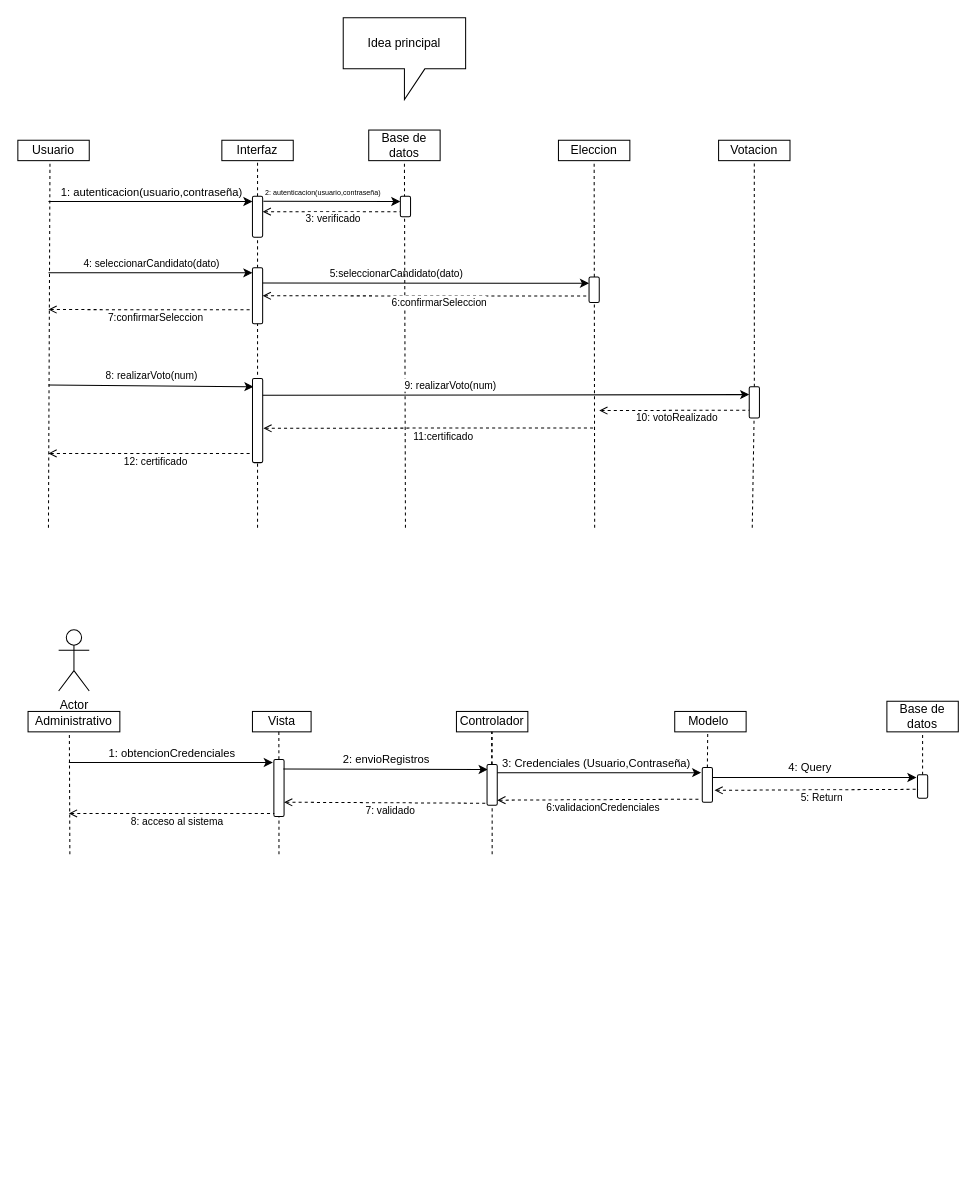
Before: DiagraSecue.drawio in Andres-Nicolas/Diagramas, a draw.io diagram. Source tidied: cells renumbered, new cells numbered last; positions are measured from the earlier drawing's top-left corner, leaving out a move shared by most shapes. Both pictures are drawn from the tidied source at 102%, with x=0, y=0 at pixel (17, 17).
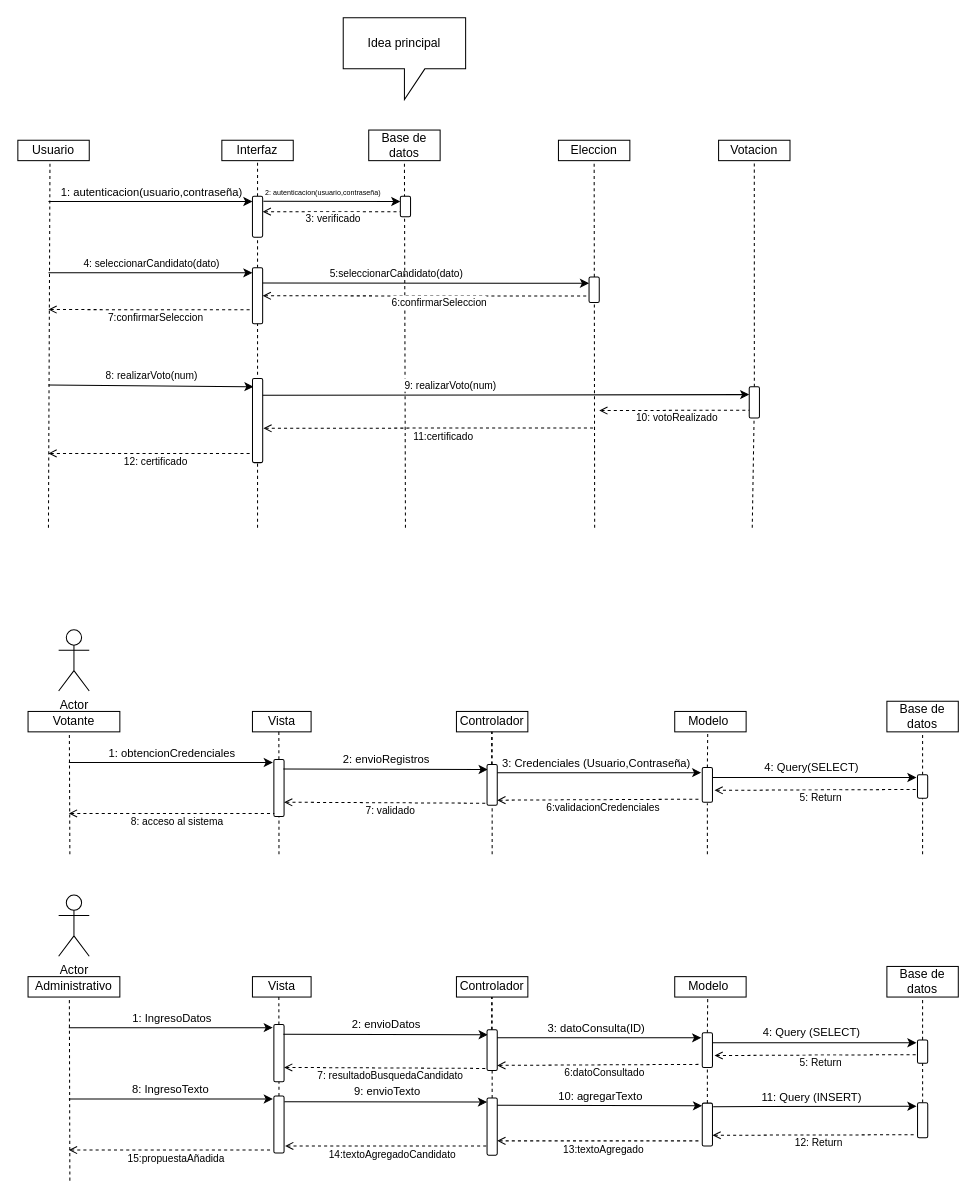
After the change.

The change refers to these unchanged cells:
```xml
<mxCell id="70" style="rounded=1;whiteSpace=wrap;html=1;rotation=90;" parent="1" vertex="1">
  <mxGeometry x="659" y="747" width="34" height="10" as="geometry" />
</mxCell>
<mxCell id="71" style="endArrow=classic;html=1;rounded=0;" parent="1" edge="1">
  <mxGeometry relative="1" as="geometry">
    <mxPoint x="681" y="744.8" as="sourcePoint" />
    <mxPoint x="881" y="744.8" as="targetPoint" />
  </mxGeometry>
</mxCell>
<mxCell id="73" style="rounded=1;whiteSpace=wrap;html=1;rotation=90;" parent="1" vertex="1">
  <mxGeometry x="875.5" y="748.5" width="23" height="10" as="geometry" />
</mxCell>
```

Diff of the diagram source:
```diff
@@
-    <mxCell id="46" value="Administrativo" style="rounded=0;whiteSpace=wrap;html=1;" parent="1" vertex="1">
+    <mxCell id="46" value="Votante" style="rounded=0;whiteSpace=wrap;html=1;" parent="1" vertex="1">
       <mxGeometry x="10" y="680" width="90" height="20" as="geometry" />
     </mxCell>
@@
-    <mxCell id="72" value="4: Query&amp;nbsp;" style="edgeLabel;html=1;align=center;verticalAlign=middle;" parent="71" vertex="1">
+    <mxCell id="72" value="4: Query(SELECT)" style="edgeLabel;html=1;align=center;verticalAlign=middle;" parent="71" vertex="1">
       <mxGeometry x="-0.4" y="1" relative="1" as="geometry">
         <mxPoint x="36" y="-9" as="offset" />
       </mxGeometry>
     </mxCell>
@@
-    <mxCell id="74" style="endArrow=none;dashed=1;html=1;rounded=0;startArrow=open;startFill=0;entryX=0.623;entryY=0.867;entryDx=0;entryDy=0;entryPerimeter=0;exitX=0.657;exitY=-0.2;exitDx=0;exitDy=0;exitPerimeter=0;" parent="1" edge="1" source="70" target="73">
+    <mxCell id="74" style="endArrow=none;dashed=1;html=1;rounded=0;startArrow=open;startFill=0;entryX=0.63;entryY=1.012;entryDx=0;entryDy=0;entryPerimeter=0;exitX=0.657;exitY=-0.2;exitDx=0;exitDy=0;exitPerimeter=0;" parent="1" edge="1" source="70" target="73">
       <mxGeometry relative="1" as="geometry" />
     </mxCell>
@@
+    <mxCell id="80" style="endArrow=none;dashed=1;html=1;rounded=0;startSize=6;" parent="1" edge="1">
+      <mxGeometry relative="1" as="geometry">
+        <mxPoint x="676" y="820" as="sourcePoint" />
+        <mxPoint x="676" y="770" as="targetPoint" />
+      </mxGeometry>
+    </mxCell>
+    <mxCell id="81" style="endArrow=none;dashed=1;html=1;rounded=0;startSize=6;entryX=1;entryY=0.5;entryDx=0;entryDy=0;" parent="1" edge="1" target="73">
+      <mxGeometry relative="1" as="geometry">
+        <mxPoint x="887" y="820" as="sourcePoint" />
+      </mxGeometry>
+    </mxCell>
+    <mxCell id="82" value="Administrativo" style="rounded=0;whiteSpace=wrap;html=1;" parent="1" vertex="1">
+      <mxGeometry x="10" y="940" width="90" height="20" as="geometry" />
+    </mxCell>
+    <mxCell id="83" style="endArrow=none;dashed=1;html=1;rounded=0;entryX=0.45;entryY=1;entryDx=0;entryDy=0;entryPerimeter=0;" parent="1" edge="1" target="82">
+      <mxGeometry relative="1" as="geometry">
+        <mxPoint x="51" y="1140" as="sourcePoint" />
+      </mxGeometry>
+    </mxCell>
+    <mxCell id="84" value="Actor" style="shape=umlActor;verticalLabelPosition=bottom;verticalAlign=top;html=1;" parent="1" vertex="1">
+      <mxGeometry x="40" y="860" width="30" height="60" as="geometry" />
+    </mxCell>
+    <mxCell id="85" value="Vista" style="rounded=0;whiteSpace=wrap;html=1;" parent="1" vertex="1">
+      <mxGeometry x="230" y="940" width="57.5" height="20" as="geometry" />
+    </mxCell>
+    <mxCell id="86" style="endArrow=none;dashed=1;html=1;rounded=0;entryX=0.45;entryY=1;entryDx=0;entryDy=0;entryPerimeter=0;" parent="1" edge="1" source="90" target="85">
+      <mxGeometry relative="1" as="geometry" />
+    </mxCell>
+    <mxCell id="87" style="endArrow=classic;html=1;rounded=0;" parent="1" edge="1">
+      <mxGeometry relative="1" as="geometry">
+        <mxPoint x="50" y="990" as="sourcePoint" />
+        <mxPoint x="250" y="990" as="targetPoint" />
+      </mxGeometry>
+    </mxCell>
+    <mxCell id="88" value="1: IngresoDatos" style="edgeLabel;html=1;align=center;verticalAlign=middle;" parent="87" vertex="1">
+      <mxGeometry x="-0.4" y="1" relative="1" as="geometry">
+        <mxPoint x="40" y="-9" as="offset" />
+      </mxGeometry>
+    </mxCell>
+    <mxCell id="89" style="endArrow=none;dashed=1;html=1;rounded=0;entryX=1;entryY=0.5;entryDx=0;entryDy=0;exitX=0;exitY=0.5;exitDx=0;exitDy=0;" parent="1" edge="1" source="118" target="90">
+      <mxGeometry relative="1" as="geometry" />
+    </mxCell>
+    <mxCell id="90" style="rounded=1;whiteSpace=wrap;html=1;rotation=90;" parent="1" vertex="1">
+      <mxGeometry x="228" y="1010" width="56" height="10" as="geometry" />
+    </mxCell>
+    <mxCell id="91" value="Controlador" style="rounded=0;whiteSpace=wrap;html=1;" parent="1" vertex="1">
+      <mxGeometry x="430" y="940" width="70" height="20" as="geometry" />
+    </mxCell>
+    <mxCell id="92" style="endArrow=none;dashed=1;html=1;rounded=0;startSize=6;entryX=0.5;entryY=1;entryDx=0;entryDy=0;" parent="1" edge="1" source="96" target="91">
+      <mxGeometry relative="1" as="geometry" />
+    </mxCell>
+    <mxCell id="93" style="endArrow=classic;html=1;rounded=0;entryX=0.125;entryY=0.933;entryDx=0;entryDy=0;entryPerimeter=0;exitX=0.17;exitY=0.067;exitDx=0;exitDy=0;exitPerimeter=0;" parent="1" edge="1" source="90" target="96">
+      <mxGeometry relative="1" as="geometry" />
+    </mxCell>
+    <mxCell id="94" value="2: envioDatos" style="edgeLabel;html=1;align=center;verticalAlign=middle;" parent="93" vertex="1">
+      <mxGeometry x="-0.4" y="1" relative="1" as="geometry">
+        <mxPoint x="40" y="-9" as="offset" />
+      </mxGeometry>
+    </mxCell>
+    <mxCell id="95" style="endArrow=none;dashed=1;html=1;rounded=0;startSize=6;entryX=1;entryY=0.5;entryDx=0;entryDy=0;exitX=0;exitY=0.5;exitDx=0;exitDy=0;" parent="1" edge="1" source="119" target="96">
+      <mxGeometry relative="1" as="geometry" />
+    </mxCell>
+    <mxCell id="96" style="rounded=1;whiteSpace=wrap;html=1;rotation=90;" parent="1" vertex="1">
+      <mxGeometry x="445" y="1007" width="40" height="10" as="geometry" />
+    </mxCell>
+    <mxCell id="97" style="endArrow=none;dashed=1;html=1;rounded=0;startArrow=open;startFill=0;exitX=0.75;exitY=0;exitDx=0;exitDy=0;" parent="1" edge="1" source="90">
+      <mxGeometry relative="1" as="geometry">
+        <mxPoint x="460" y="1030" as="targetPoint" />
+      </mxGeometry>
+    </mxCell>
+    <mxCell id="98" value="&lt;font style=&quot;font-size: 10px;&quot;&gt;7: resultadoBusquedaCandidato&lt;/font&gt;" style="edgeLabel;html=1;align=center;verticalAlign=middle;" parent="97" vertex="1">
+      <mxGeometry x="0.14" y="-3" relative="1" as="geometry">
+        <mxPoint x="-9" y="4" as="offset" />
+      </mxGeometry>
+    </mxCell>
+    <mxCell id="99" style="endArrow=none;dashed=1;html=1;rounded=0;startSize=6;entryX=0.5;entryY=1;entryDx=0;entryDy=0;" parent="1" edge="1">
+      <mxGeometry relative="1" as="geometry">
+        <mxPoint x="464.5" y="992" as="sourcePoint" />
+        <mxPoint x="464.5" y="960" as="targetPoint" />
+      </mxGeometry>
+    </mxCell>
+    <mxCell id="100" value="Modelo&amp;nbsp;" style="rounded=0;whiteSpace=wrap;html=1;" parent="1" vertex="1">
+      <mxGeometry x="644" y="940" width="70" height="20" as="geometry" />
+    </mxCell>
+    <mxCell id="101" style="endArrow=none;dashed=1;html=1;rounded=0;startSize=6;entryX=0.462;entryY=1;entryDx=0;entryDy=0;entryPerimeter=0;exitX=0;exitY=0.5;exitDx=0;exitDy=0;" parent="1" edge="1" source="106" target="100">
+      <mxGeometry relative="1" as="geometry" />
+    </mxCell>
+    <mxCell id="102" value="Base de datos" style="rounded=0;whiteSpace=wrap;html=1;" parent="1" vertex="1">
+      <mxGeometry x="852" y="930" width="70" height="30" as="geometry" />
+    </mxCell>
+    <mxCell id="103" style="endArrow=none;dashed=1;html=1;rounded=0;startSize=6;entryX=0.5;entryY=1;entryDx=0;entryDy=0;exitX=0;exitY=0.5;exitDx=0;exitDy=0;" parent="1" edge="1" source="109" target="102">
+      <mxGeometry relative="1" as="geometry" />
+    </mxCell>
+    <mxCell id="104" style="endArrow=classic;html=1;rounded=0;" parent="1" edge="1">
+      <mxGeometry relative="1" as="geometry">
+        <mxPoint x="470" y="1000" as="sourcePoint" />
+        <mxPoint x="670" y="1000" as="targetPoint" />
+      </mxGeometry>
+    </mxCell>
+    <mxCell id="105" value="3: datoConsulta(ID)" style="edgeLabel;html=1;align=center;verticalAlign=middle;" parent="104" vertex="1">
+      <mxGeometry x="-0.4" y="1" relative="1" as="geometry">
+        <mxPoint x="36" y="-9" as="offset" />
+      </mxGeometry>
+    </mxCell>
+    <mxCell id="106" style="rounded=1;whiteSpace=wrap;html=1;rotation=90;" parent="1" vertex="1">
+      <mxGeometry x="659" y="1007" width="34" height="10" as="geometry" />
+    </mxCell>
+    <mxCell id="107" style="endArrow=classic;html=1;rounded=0;" parent="1" edge="1">
+      <mxGeometry relative="1" as="geometry">
+        <mxPoint x="681" y="1004.8" as="sourcePoint" />
+        <mxPoint x="881" y="1004.8" as="targetPoint" />
+      </mxGeometry>
+    </mxCell>
+    <mxCell id="108" value="4: Query (SELECT)" style="edgeLabel;html=1;align=center;verticalAlign=middle;" parent="107" vertex="1">
+      <mxGeometry x="-0.4" y="1" relative="1" as="geometry">
+        <mxPoint x="36" y="-9" as="offset" />
+      </mxGeometry>
+    </mxCell>
+    <mxCell id="109" style="rounded=1;whiteSpace=wrap;html=1;rotation=90;" parent="1" vertex="1">
+      <mxGeometry x="875.5" y="1008.5" width="23" height="10" as="geometry" />
+    </mxCell>
+    <mxCell id="110" style="endArrow=none;dashed=1;html=1;rounded=0;startArrow=open;startFill=0;entryX=0.63;entryY=1.012;entryDx=0;entryDy=0;entryPerimeter=0;exitX=0.657;exitY=-0.2;exitDx=0;exitDy=0;exitPerimeter=0;" parent="1" edge="1" source="106" target="109">
+      <mxGeometry relative="1" as="geometry" />
+    </mxCell>
+    <mxCell id="111" value="&lt;font style=&quot;font-size: 10px;&quot;&gt;5: Return&lt;/font&gt;" style="edgeLabel;html=1;align=center;verticalAlign=middle;" parent="110" vertex="1">
+      <mxGeometry x="0.14" y="-2" relative="1" as="geometry">
+        <mxPoint x="-10" y="5" as="offset" />
+      </mxGeometry>
+    </mxCell>
+    <mxCell id="112" style="endArrow=none;dashed=1;html=1;rounded=0;startArrow=open;startFill=0;exitX=0.657;exitY=-0.2;exitDx=0;exitDy=0;exitPerimeter=0;" parent="1" edge="1">
+      <mxGeometry relative="1" as="geometry">
+        <mxPoint x="470" y="1027" as="sourcePoint" />
+        <mxPoint x="670" y="1026" as="targetPoint" />
+      </mxGeometry>
+    </mxCell>
+    <mxCell id="113" value="&lt;font style=&quot;font-size: 10px;&quot;&gt;6:datoConsultado&lt;/font&gt;" style="edgeLabel;html=1;align=center;verticalAlign=middle;" parent="112" vertex="1">
+      <mxGeometry x="0.14" y="-2" relative="1" as="geometry">
+        <mxPoint x="-10" y="5" as="offset" />
+      </mxGeometry>
+    </mxCell>
+    <mxCell id="114" style="endArrow=none;dashed=1;html=1;rounded=0;startSize=6;exitX=0;exitY=0.5;exitDx=0;exitDy=0;" parent="1" edge="1" source="122">
+      <mxGeometry relative="1" as="geometry">
+        <mxPoint x="676" y="1030" as="targetPoint" />
+      </mxGeometry>
+    </mxCell>
+    <mxCell id="115" style="endArrow=none;dashed=1;html=1;rounded=0;startSize=6;entryX=1;entryY=0.5;entryDx=0;entryDy=0;exitX=0;exitY=0.5;exitDx=0;exitDy=0;" parent="1" edge="1" source="125" target="109">
+      <mxGeometry relative="1" as="geometry" />
+    </mxCell>
+    <mxCell id="116" style="endArrow=classic;html=1;rounded=0;" parent="1" edge="1">
+      <mxGeometry relative="1" as="geometry">
+        <mxPoint x="50" y="1060" as="sourcePoint" />
+        <mxPoint x="250" y="1060" as="targetPoint" />
+      </mxGeometry>
+    </mxCell>
+    <mxCell id="117" value="8: IngresoTexto&amp;nbsp;" style="edgeLabel;html=1;align=center;verticalAlign=middle;" parent="116" vertex="1">
+      <mxGeometry x="-0.4" y="1" relative="1" as="geometry">
+        <mxPoint x="40" y="-9" as="offset" />
+      </mxGeometry>
+    </mxCell>
+    <mxCell id="118" style="rounded=1;whiteSpace=wrap;html=1;rotation=90;" parent="1" vertex="1">
+      <mxGeometry x="228" y="1080" width="56" height="10" as="geometry" />
+    </mxCell>
+    <mxCell id="119" style="rounded=1;whiteSpace=wrap;html=1;rotation=90;" parent="1" vertex="1">
+      <mxGeometry x="437" y="1082" width="56" height="10" as="geometry" />
+    </mxCell>
+    <mxCell id="120" style="endArrow=classic;html=1;rounded=0;exitX=0.102;exitY=-0.029;exitDx=0;exitDy=0;exitPerimeter=0;" parent="1" edge="1" source="118">
+      <mxGeometry relative="1" as="geometry">
+        <mxPoint x="460" y="1063" as="targetPoint" />
+      </mxGeometry>
+    </mxCell>
+    <mxCell id="121" value="9: envioTexto" style="edgeLabel;html=1;align=center;verticalAlign=middle;" parent="120" vertex="1">
+      <mxGeometry x="-0.4" y="1" relative="1" as="geometry">
+        <mxPoint x="40" y="-9" as="offset" />
+      </mxGeometry>
+    </mxCell>
+    <mxCell id="122" style="rounded=1;whiteSpace=wrap;html=1;rotation=90;" parent="1" vertex="1">
+      <mxGeometry x="655" y="1080" width="42" height="10" as="geometry" />
+    </mxCell>
+    <mxCell id="123" style="endArrow=classic;html=1;rounded=0;exitX=0.102;exitY=-0.029;exitDx=0;exitDy=0;exitPerimeter=0;entryX=0.064;entryY=1.019;entryDx=0;entryDy=0;entryPerimeter=0;" parent="1" edge="1" target="122">
+      <mxGeometry relative="1" as="geometry">
+        <mxPoint x="470" y="1066" as="sourcePoint" />
+      </mxGeometry>
+    </mxCell>
+    <mxCell id="124" value="10: agregarTexto" style="edgeLabel;html=1;align=center;verticalAlign=middle;" parent="123" vertex="1">
+      <mxGeometry x="-0.4" y="1" relative="1" as="geometry">
+        <mxPoint x="40" y="-9" as="offset" />
+      </mxGeometry>
+    </mxCell>
+    <mxCell id="125" style="rounded=1;whiteSpace=wrap;html=1;rotation=90;" parent="1" vertex="1">
+      <mxGeometry x="869.8" y="1075.8" width="34.5" height="10" as="geometry" />
+    </mxCell>
+    <mxCell id="126" style="endArrow=classic;html=1;rounded=0;exitX=0.083;exitY=-0.067;exitDx=0;exitDy=0;exitPerimeter=0;entryX=0.101;entryY=1.1;entryDx=0;entryDy=0;entryPerimeter=0;" parent="1" edge="1" source="122" target="125">
+      <mxGeometry relative="1" as="geometry" />
+    </mxCell>
+    <mxCell id="127" value="11: Query (INSERT)" style="edgeLabel;html=1;align=center;verticalAlign=middle;" parent="126" vertex="1">
+      <mxGeometry x="-0.4" y="1" relative="1" as="geometry">
+        <mxPoint x="36" y="-9" as="offset" />
+      </mxGeometry>
+    </mxCell>
+    <mxCell id="128" style="endArrow=none;dashed=1;html=1;rounded=0;startArrow=open;startFill=0;exitX=0.75;exitY=0;exitDx=0;exitDy=0;" parent="1" edge="1" source="122">
+      <mxGeometry relative="1" as="geometry">
+        <mxPoint x="880" y="1095" as="targetPoint" />
+      </mxGeometry>
+    </mxCell>
+    <mxCell id="129" value="&lt;font style=&quot;font-size: 10px;&quot;&gt;12: Return&lt;/font&gt;" style="edgeLabel;html=1;align=center;verticalAlign=middle;" parent="128" vertex="1">
+      <mxGeometry x="0.14" y="-2" relative="1" as="geometry">
+        <mxPoint x="-10" y="5" as="offset" />
+      </mxGeometry>
+    </mxCell>
+    <mxCell id="130" style="endArrow=none;dashed=1;html=1;rounded=0;startArrow=open;startFill=0;exitX=0.75;exitY=0;exitDx=0;exitDy=0;" parent="1" edge="1">
+      <mxGeometry relative="1" as="geometry">
+        <mxPoint x="470" y="1101" as="sourcePoint" />
+        <mxPoint x="669" y="1101" as="targetPoint" />
+      </mxGeometry>
+    </mxCell>
+    <mxCell id="131" value="&lt;font style=&quot;font-size: 10px;&quot;&gt;13:textoAgregado&lt;/font&gt;" style="edgeLabel;html=1;align=center;verticalAlign=middle;" parent="130" vertex="1">
+      <mxGeometry x="0.14" y="-2" relative="1" as="geometry">
+        <mxPoint x="-10" y="5" as="offset" />
+      </mxGeometry>
+    </mxCell>
+    <mxCell id="132" style="endArrow=none;dashed=1;html=1;rounded=0;startArrow=open;startFill=0;exitX=0.875;exitY=-0.1;exitDx=0;exitDy=0;exitPerimeter=0;" parent="1" edge="1" source="118">
+      <mxGeometry relative="1" as="geometry">
+        <mxPoint x="461.5" y="1106" as="targetPoint" />
+      </mxGeometry>
+    </mxCell>
+    <mxCell id="133" value="&lt;font style=&quot;font-size: 10px;&quot;&gt;14:textoAgregadoCandidato&lt;/font&gt;" style="edgeLabel;html=1;align=center;verticalAlign=middle;" parent="132" vertex="1">
+      <mxGeometry x="0.14" y="-2" relative="1" as="geometry">
+        <mxPoint x="-10" y="5" as="offset" />
+      </mxGeometry>
+    </mxCell>
+    <mxCell id="134" style="endArrow=none;dashed=1;html=1;rounded=0;startArrow=open;startFill=0;" parent="1" edge="1">
+      <mxGeometry relative="1" as="geometry">
+        <mxPoint x="50" y="1110" as="sourcePoint" />
+        <mxPoint x="250" y="1110" as="targetPoint" />
+      </mxGeometry>
+    </mxCell>
+    <mxCell id="135" value="&lt;font style=&quot;font-size: 10px;&quot;&gt;15:propuestaAñadida&lt;/font&gt;" style="edgeLabel;html=1;align=center;verticalAlign=middle;" parent="134" vertex="1">
+      <mxGeometry x="0.14" y="-2" relative="1" as="geometry">
+        <mxPoint x="-10" y="5" as="offset" />
+      </mxGeometry>
+    </mxCell>
```
